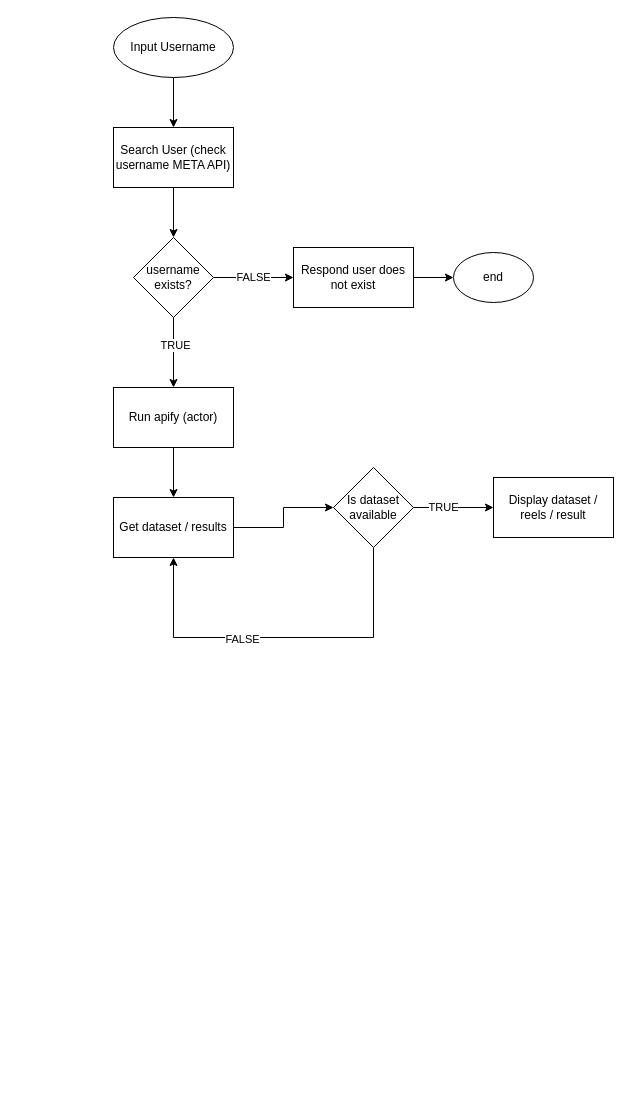
Earlier version of the draw.io diagram viralFinder.drawio (jayditch121998/TrendTracer). Source tidied: cells renumbered, new cells numbered last; positions are measured from the earlier drawing's top-left corner, leaving out a move shared by most shapes. Both pictures are drawn from the tidied source at 100%, with x=0, y=0 at pixel (113, 17).
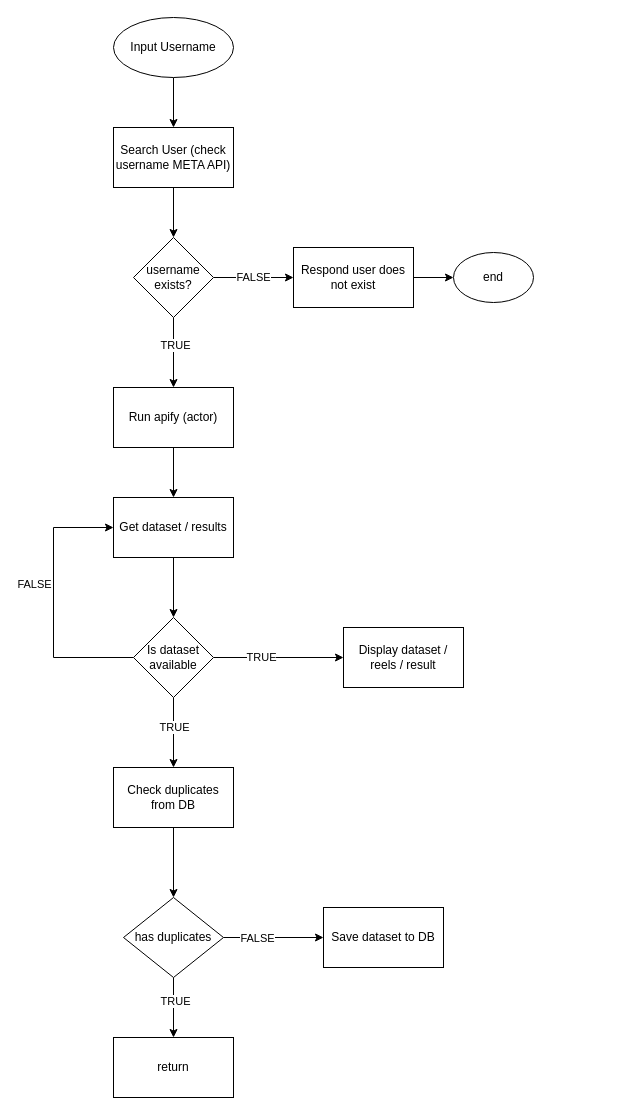
The same diagram, later.

The change refers to these unchanged cells:
```xml
<mxCell id="16" value="Get dataset / results" style="whiteSpace=wrap;html=1;" parent="1" vertex="1">
  <mxGeometry y="480" width="120" height="60" as="geometry" />
</mxCell>
```

What changed in the source:
```diff
@@
-    <mxCell id="15" style="edgeStyle=orthogonalEdgeStyle;rounded=0;jettySize=auto;html=1;entryX=0;entryY=0.5;entryDx=0;entryDy=0;" parent="1" edge="1" source="16" target="21">
+    <mxCell id="15" style="edgeStyle=orthogonalEdgeStyle;rounded=0;jettySize=auto;html=1;entryX=0.5;entryY=0;entryDx=0;entryDy=0;" parent="1" edge="1" source="16" target="21">
       <mxGeometry relative="1" as="geometry" />
     </mxCell>
@@
-    <mxCell id="17" style="edgeStyle=orthogonalEdgeStyle;rounded=0;jettySize=auto;html=1;entryX=0.5;entryY=1;entryDx=0;entryDy=0;" parent="1" edge="1" source="21" target="16">
+    <mxCell id="17" style="edgeStyle=orthogonalEdgeStyle;rounded=0;jettySize=auto;html=1;" parent="1" edge="1" source="21" target="16">
       <mxGeometry relative="1" as="geometry">
         <Array as="points">
-          <mxPoint x="260" y="620" />
-          <mxPoint x="60" y="620" />
+          <mxPoint x="-60" y="640" />
+          <mxPoint x="-60" y="510" />
         </Array>
       </mxGeometry>
     </mxCell>
     <mxCell id="18" value="FALSE" style="edgeLabel;html=1;align=center;verticalAlign=middle;" parent="17" vertex="1">
-      <mxGeometry x="0.2" y="1" relative="1" as="geometry" />
+      <mxGeometry x="0.2" y="1" relative="1" as="geometry">
+        <mxPoint x="-19" y="8" as="offset" />
+      </mxGeometry>
     </mxCell>
@@
+    <mxCell id="23" style="edgeStyle=orthogonalEdgeStyle;rounded=0;jettySize=auto;html=1;" parent="1" edge="1" source="21" target="26">
+      <mxGeometry relative="1" as="geometry" />
+    </mxCell>
+    <mxCell id="24" value="TRUE" style="edgeLabel;html=1;align=center;verticalAlign=middle;" parent="23" vertex="1">
+      <mxGeometry x="-0.18" relative="1" as="geometry" />
+    </mxCell>
     <mxCell id="21" value="Is dataset available" style="rhombus;whiteSpace=wrap;html=1;" parent="1" vertex="1">
-      <mxGeometry x="220" y="450" width="80" height="80" as="geometry" />
+      <mxGeometry x="20" y="600" width="80" height="80" as="geometry" />
     </mxCell>
     <mxCell id="22" value="Display dataset / reels / result" style="whiteSpace=wrap;html=1;" parent="1" vertex="1">
-      <mxGeometry x="380" y="460" width="120" height="60" as="geometry" />
+      <mxGeometry x="230" y="610" width="120" height="60" as="geometry" />
     </mxCell>
+    <mxCell id="25" style="edgeStyle=orthogonalEdgeStyle;rounded=0;jettySize=auto;html=1;" parent="1" edge="1" source="26" target="31">
+      <mxGeometry relative="1" as="geometry" />
+    </mxCell>
+    <mxCell id="26" value="Check duplicates from DB" style="whiteSpace=wrap;html=1;" parent="1" vertex="1">
+      <mxGeometry y="750" width="120" height="60" as="geometry" />
+    </mxCell>
+    <mxCell id="27" style="edgeStyle=orthogonalEdgeStyle;rounded=0;jettySize=auto;html=1;" parent="1" edge="1" source="31" target="32">
+      <mxGeometry relative="1" as="geometry" />
+    </mxCell>
+    <mxCell id="28" value="TRUE" style="edgeLabel;html=1;align=center;verticalAlign=middle;" parent="27" vertex="1">
+      <mxGeometry x="-0.23" y="1" relative="1" as="geometry" />
+    </mxCell>
+    <mxCell id="29" style="edgeStyle=orthogonalEdgeStyle;rounded=0;jettySize=auto;html=1;" parent="1" edge="1" source="31" target="33">
+      <mxGeometry relative="1" as="geometry" />
+    </mxCell>
+    <mxCell id="30" value="FALSE" style="edgeLabel;html=1;align=center;verticalAlign=middle;" parent="29" vertex="1">
+      <mxGeometry x="-0.35" relative="1" as="geometry" />
+    </mxCell>
+    <mxCell id="31" value="has duplicates" style="rhombus;whiteSpace=wrap;html=1;" parent="1" vertex="1">
+      <mxGeometry x="10" y="880" width="100" height="80" as="geometry" />
+    </mxCell>
+    <mxCell id="32" value="return" style="whiteSpace=wrap;html=1;" parent="1" vertex="1">
+      <mxGeometry y="1020" width="120" height="60" as="geometry" />
+    </mxCell>
+    <mxCell id="33" value="Save dataset to DB" style="whiteSpace=wrap;html=1;" parent="1" vertex="1">
+      <mxGeometry x="210" y="890" width="120" height="60" as="geometry" />
+    </mxCell>
```
